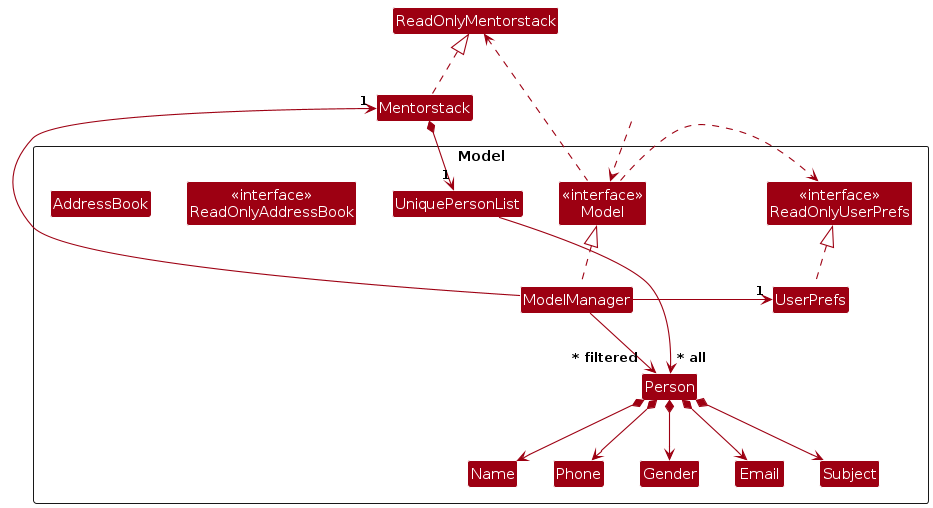
This is diagrams/ModelClassDiagram.png from AY2425S2-CS2103-W11-1/tp, a PlantUML export, as it was before one commit. Its source is kept beside it as diagrams/ModelClassDiagram.puml. Source of this version:
```plantuml
@startuml
!include style.puml
skinparam arrowThickness 1.1
skinparam arrowColor MODEL_COLOR
skinparam classBackgroundColor MODEL_COLOR

Package Model as ModelPackage <<Rectangle>>{
Class "<<interface>>\nReadOnlyAddressBook" as ReadOnlyAddressBook
Class "<<interface>>\nReadOnlyUserPrefs" as ReadOnlyUserPrefs
Class "<<interface>>\nModel" as Model
Class AddressBook
Class ModelManager
Class UserPrefs

Class UniquePersonList
Class Person
Class Email
class Gender
Class Name
Class Phone
Class Subject

Class I #FFFFFF
}

Class HiddenOutside #FFFFFF
HiddenOutside ..> Model

Mentorstack .up.|> ReadOnlyMentorstack

ModelManager .up.|> Model
Model .right.> ReadOnlyUserPrefs
Model .left.> ReadOnlyMentorstack
ModelManager -left-> "1" Mentorstack
ModelManager -right-> "1" UserPrefs
UserPrefs .up.|> ReadOnlyUserPrefs

Mentorstack *--> "1" UniquePersonList
UniquePersonList --> "~* all" Person
Person *--> Name
Person *--> Phone
Person *--> Email
Person *--> Gender
Person *--> Subject

Person -[hidden]up--> I
UniquePersonList -[hidden]right-> I

Name -[hidden]right-> Phone
Phone -[hidden]right-> Gender
Gender -[hidden]right-> Email
Email -[hidden]right->Subject

ModelManager --> "~* filtered" Person
@enduml
```
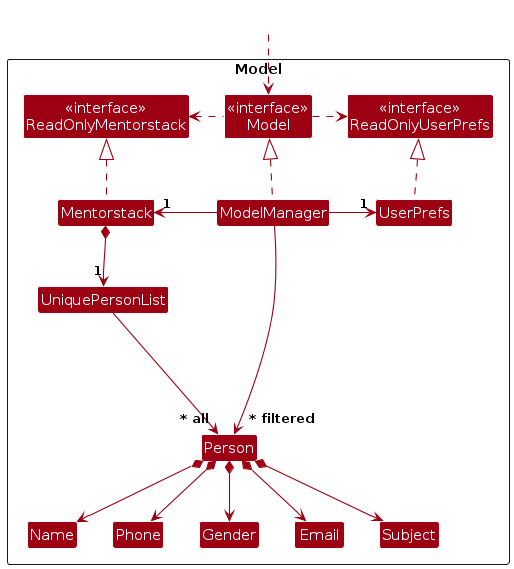
After the commit.

The edit, as a diff of the source:
```diff
@@ -5,10 +5,10 @@
 skinparam classBackgroundColor MODEL_COLOR
 
 Package Model as ModelPackage <<Rectangle>>{
-Class "<<interface>>\nReadOnlyAddressBook" as ReadOnlyAddressBook
+Class "<<interface>>\nReadOnlyMentorstack" as ReadOnlyMentorstack
 Class "<<interface>>\nReadOnlyUserPrefs" as ReadOnlyUserPrefs
 Class "<<interface>>\nModel" as Model
-Class AddressBook
+Class Mentorstack
 Class ModelManager
 Class UserPrefs
 
```
